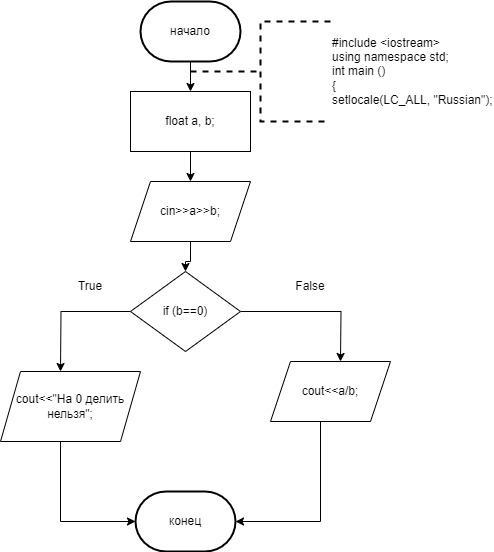
ksinph/PSTU_LABS_2023 keeps this draw.io diagram as 1_2.drawio.png. Above is the earlier version. Source tidied: cells renumbered, new cells last; positions are measured from the earlier drawing's top-left corner, leaving out a move shared by most shapes. Source of this version:
```xml
<mxGraphModel>
  <root>
    <mxCell id="0" />
    <mxCell id="1" parent="0" />
    <mxCell id="2" style="edgeStyle=orthogonalEdgeStyle;rounded=0;jettySize=auto;html=1;" parent="1" edge="1" source="3" target="5">
      <mxGeometry relative="1" as="geometry" />
    </mxCell>
    <mxCell id="3" value="начало" style="strokeWidth=2;html=1;shape=mxgraph.flowchart.terminator;whiteSpace=wrap;" parent="1" vertex="1">
      <mxGeometry x="140" width="100" height="60" as="geometry" />
    </mxCell>
    <mxCell id="4" style="edgeStyle=orthogonalEdgeStyle;rounded=0;jettySize=auto;html=1;" parent="1" edge="1" source="5" target="7">
      <mxGeometry relative="1" as="geometry" />
    </mxCell>
    <mxCell id="5" value="float a, b;" style="rounded=0;whiteSpace=wrap;html=1;" parent="1" vertex="1">
      <mxGeometry x="130" y="90" width="120" height="60" as="geometry" />
    </mxCell>
    <mxCell id="6" style="edgeStyle=orthogonalEdgeStyle;rounded=0;jettySize=auto;html=1;" parent="1" edge="1" source="7" target="10">
      <mxGeometry relative="1" as="geometry" />
    </mxCell>
    <mxCell id="7" value="cin&amp;gt;&amp;gt;a&amp;gt;&amp;gt;b;" style="shape=parallelogram;perimeter=parallelogramPerimeter;whiteSpace=wrap;html=1;fixedSize=1;" parent="1" vertex="1">
      <mxGeometry x="130" y="180" width="120" height="60" as="geometry" />
    </mxCell>
    <mxCell id="8" style="edgeStyle=orthogonalEdgeStyle;rounded=0;jettySize=auto;html=1;" parent="1" edge="1" source="10">
      <mxGeometry relative="1" as="geometry">
        <mxPoint x="60" y="370" as="targetPoint" />
      </mxGeometry>
    </mxCell>
    <mxCell id="9" style="edgeStyle=orthogonalEdgeStyle;rounded=0;jettySize=auto;html=1;" parent="1" edge="1" source="10">
      <mxGeometry relative="1" as="geometry">
        <mxPoint x="340" y="360" as="targetPoint" />
      </mxGeometry>
    </mxCell>
    <mxCell id="10" value="if (b==0)" style="rhombus;whiteSpace=wrap;html=1;" parent="1" vertex="1">
      <mxGeometry x="130" y="270" width="110" height="80" as="geometry" />
    </mxCell>
    <mxCell id="11" value="конец" style="strokeWidth=2;html=1;shape=mxgraph.flowchart.terminator;whiteSpace=wrap;" parent="1" vertex="1">
      <mxGeometry x="135" y="490" width="100" height="60" as="geometry" />
    </mxCell>
    <mxCell id="12" style="edgeStyle=orthogonalEdgeStyle;rounded=0;jettySize=auto;html=1;exitX=0.5;exitY=1;exitDx=0;exitDy=0;entryX=0;entryY=0.5;entryDx=0;entryDy=0;entryPerimeter=0;" parent="1" edge="1" target="11">
      <mxGeometry relative="1" as="geometry">
        <mxPoint x="60" y="430" as="sourcePoint" />
        <Array as="points">
          <mxPoint x="60" y="520" />
        </Array>
      </mxGeometry>
    </mxCell>
    <mxCell id="13" style="edgeStyle=orthogonalEdgeStyle;rounded=0;jettySize=auto;html=1;exitX=0.5;exitY=1;exitDx=0;exitDy=0;entryX=1;entryY=0.5;entryDx=0;entryDy=0;entryPerimeter=0;" parent="1" edge="1" target="11">
      <mxGeometry relative="1" as="geometry">
        <mxPoint x="340" y="420" as="sourcePoint" />
        <Array as="points">
          <mxPoint x="320" y="420" />
          <mxPoint x="320" y="520" />
        </Array>
      </mxGeometry>
    </mxCell>
    <mxCell id="14" value="#include &amp;lt;iostream&amp;gt;&lt;br&gt;using namespace std;&lt;br&gt;int main ()&lt;br&gt;{&lt;br&gt;setlocale(LC_ALL, &quot;Russian&quot;);" style="strokeWidth=2;html=1;shape=mxgraph.flowchart.annotation_2;align=left;labelPosition=right;dashed=1;" parent="1" vertex="1">
      <mxGeometry x="190" y="20" width="140" height="100" as="geometry" />
    </mxCell>
    <mxCell id="15" value="True" style="text;html=1;strokeColor=none;fillColor=none;align=center;verticalAlign=middle;whiteSpace=wrap;rounded=0;" parent="1" vertex="1">
      <mxGeometry x="60" y="270" width="60" height="30" as="geometry" />
    </mxCell>
    <mxCell id="16" value="False" style="text;html=1;strokeColor=none;fillColor=none;align=center;verticalAlign=middle;whiteSpace=wrap;rounded=0;" parent="1" vertex="1">
      <mxGeometry x="280" y="270" width="60" height="30" as="geometry" />
    </mxCell>
    <mxCell id="17" value="cout&amp;lt;&amp;lt;a/b;" style="shape=parallelogram;perimeter=parallelogramPerimeter;whiteSpace=wrap;html=1;fixedSize=1;" parent="1" vertex="1">
      <mxGeometry x="270" y="360" width="120" height="60" as="geometry" />
    </mxCell>
    <mxCell id="18" value="cout&amp;lt;&amp;lt;&quot;На 0 делить нельзя&quot;;" style="shape=parallelogram;perimeter=parallelogramPerimeter;whiteSpace=wrap;html=1;fixedSize=1;" parent="1" vertex="1">
      <mxGeometry y="370" width="140" height="70" as="geometry" />
    </mxCell>
  </root>
</mxGraphModel>
```
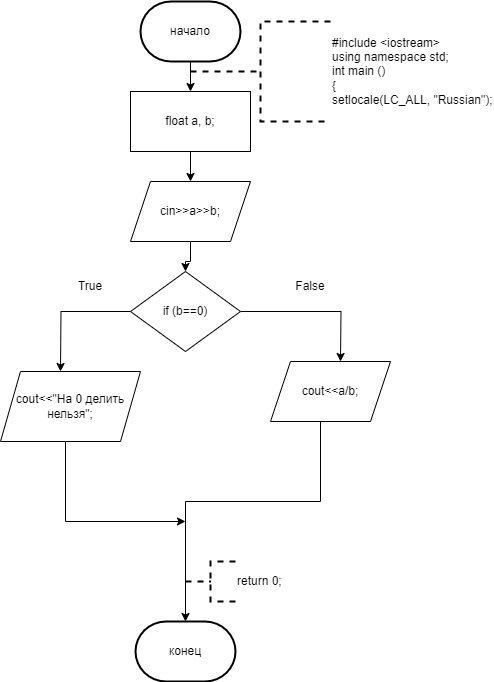
Later version of the same file.

Change to the diagram source:
```diff
@@ -34,22 +34,24 @@
       <mxGeometry x="130" y="270" width="110" height="80" as="geometry" />
     </mxCell>
     <mxCell id="11" value="конец" style="strokeWidth=2;html=1;shape=mxgraph.flowchart.terminator;whiteSpace=wrap;" parent="1" vertex="1">
-      <mxGeometry x="135" y="490" width="100" height="60" as="geometry" />
+      <mxGeometry x="135" y="620" width="100" height="60" as="geometry" />
     </mxCell>
-    <mxCell id="12" style="edgeStyle=orthogonalEdgeStyle;rounded=0;jettySize=auto;html=1;exitX=0.5;exitY=1;exitDx=0;exitDy=0;entryX=0;entryY=0.5;entryDx=0;entryDy=0;entryPerimeter=0;" parent="1" edge="1" target="11">
+    <mxCell id="12" style="edgeStyle=orthogonalEdgeStyle;rounded=0;orthogonalLoop=1;jettySize=auto;html=1;exitX=0.5;exitY=1;exitDx=0;exitDy=0;" parent="1" edge="1">
       <mxGeometry relative="1" as="geometry">
-        <mxPoint x="60" y="430" as="sourcePoint" />
+        <mxPoint x="65" y="430" as="sourcePoint" />
+        <mxPoint x="185" y="520" as="targetPoint" />
         <Array as="points">
-          <mxPoint x="60" y="520" />
+          <mxPoint x="65" y="520" />
         </Array>
       </mxGeometry>
     </mxCell>
-    <mxCell id="13" style="edgeStyle=orthogonalEdgeStyle;rounded=0;jettySize=auto;html=1;exitX=0.5;exitY=1;exitDx=0;exitDy=0;entryX=1;entryY=0.5;entryDx=0;entryDy=0;entryPerimeter=0;" parent="1" edge="1" target="11">
+    <mxCell id="13" style="edgeStyle=orthogonalEdgeStyle;rounded=0;jettySize=auto;html=1;exitX=0.5;exitY=1;exitDx=0;exitDy=0;entryX=0.5;entryY=0;entryDx=0;entryDy=0;entryPerimeter=0;" parent="1" edge="1" target="11">
       <mxGeometry relative="1" as="geometry">
         <mxPoint x="340" y="420" as="sourcePoint" />
         <Array as="points">
           <mxPoint x="320" y="420" />
-          <mxPoint x="320" y="520" />
+          <mxPoint x="320" y="500" />
+          <mxPoint x="185" y="500" />
         </Array>
       </mxGeometry>
     </mxCell>
@@ -68,5 +70,8 @@
     <mxCell id="18" value="cout&amp;lt;&amp;lt;&quot;На 0 делить нельзя&quot;;" style="shape=parallelogram;perimeter=parallelogramPerimeter;whiteSpace=wrap;html=1;fixedSize=1;" parent="1" vertex="1">
       <mxGeometry y="370" width="140" height="70" as="geometry" />
     </mxCell>
+    <mxCell id="19" value="return 0;" style="strokeWidth=2;html=1;shape=mxgraph.flowchart.annotation_2;align=left;labelPosition=right;dashed=1;" parent="1" vertex="1">
+      <mxGeometry x="185" y="560" width="50" height="40" as="geometry" />
+    </mxCell>
   </root>
 </mxGraphModel>
```
